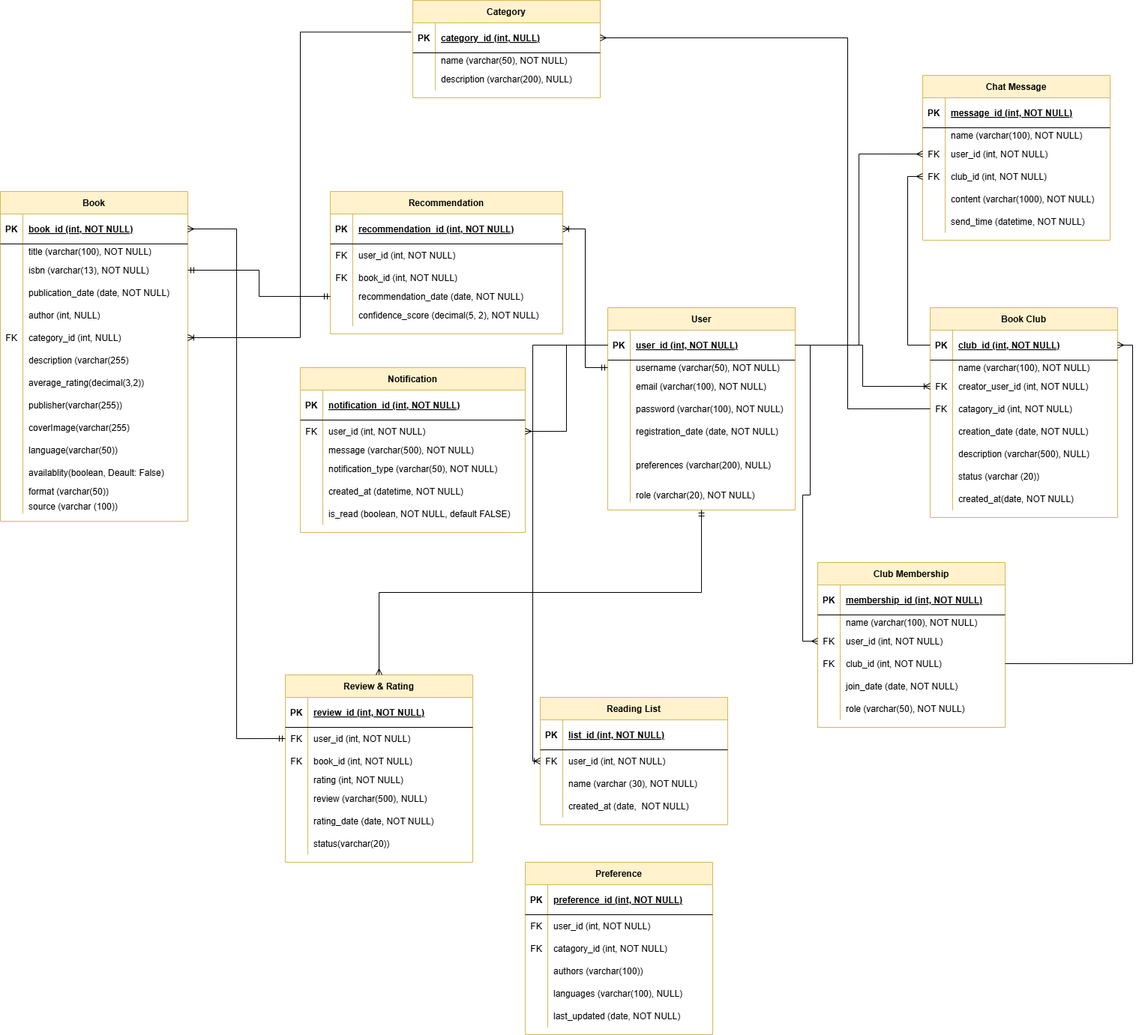
This is New folder/Untitled Diagram.drawio.png from Kkgenkai/Draw.io, a draw.io export, as it was before one commit. Source tidied: cells renumbered, new cells last; positions are measured from the earlier drawing's top-left corner, leaving out a move shared by most shapes.
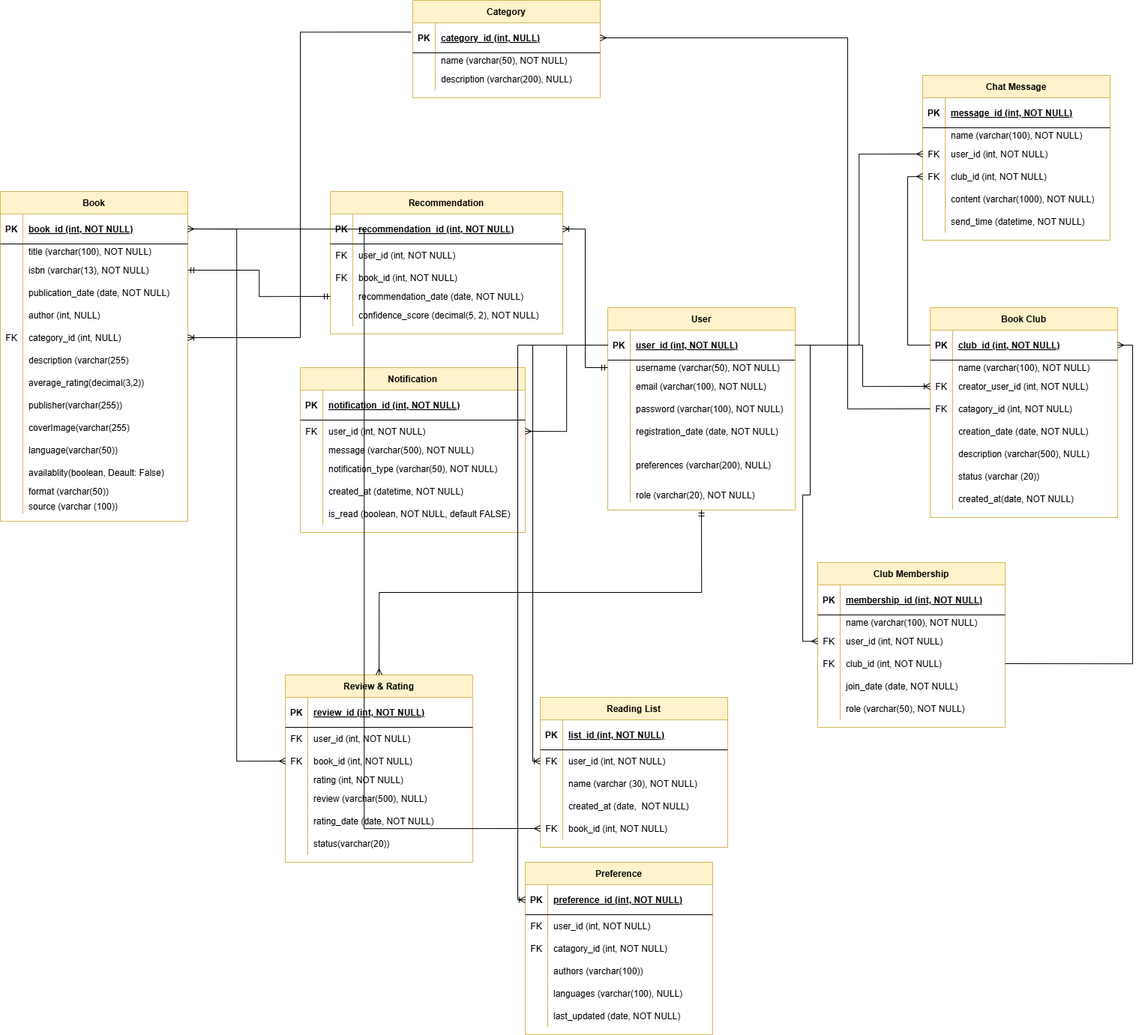
The same diagram one commit later.

What changed in the source:
```diff
@@ -344,7 +344,7 @@
     <mxCell id="115" style="fontSize=12;html=1;endArrow=ERmany;startArrow=ERmandOne;rounded=0;exitX=0.5;exitY=1;exitDx=0;exitDy=0;entryX=0.5;entryY=0;entryDx=0;entryDy=0;endFill=0;edgeStyle=orthogonalEdgeStyle;" parent="1" edge="1" source="2" target="77">
       <mxGeometry relative="1" as="geometry" />
     </mxCell>
-    <mxCell id="116" style="edgeStyle=orthogonalEdgeStyle;fontSize=12;html=1;endArrow=ERmany;startArrow=ERmandOne;rounded=0;entryX=1;entryY=0.5;entryDx=0;entryDy=0;exitX=0;exitY=0.5;exitDx=0;exitDy=0;endFill=0;" parent="1" edge="1" source="81" target="25">
+    <mxCell id="116" style="edgeStyle=orthogonalEdgeStyle;fontSize=12;html=1;endArrow=none;startArrow=ERmany;rounded=0;entryX=1;entryY=0.5;entryDx=0;entryDy=0;exitX=0;exitY=0.5;exitDx=0;exitDy=0;endFill=0;startFill=0;" parent="1" edge="1" source="84" target="25">
       <mxGeometry relative="1" as="geometry" />
     </mxCell>
     <mxCell id="117" style="edgeStyle=orthogonalEdgeStyle;fontSize=12;html=1;endArrow=ERoneToMany;startArrow=ERmandOne;rounded=0;entryX=1;entryY=0.5;entryDx=0;entryDy=0;exitX=0;exitY=0.5;exitDx=0;exitDy=0;" parent="1" edge="1" source="6" target="100">
@@ -629,7 +629,7 @@
       <mxGeometry relative="1" as="geometry" />
     </mxCell>
     <mxCell id="209" value="Reading List" style="shape=table;startSize=30;rowLines=0;fontStyle=1;align=center;fillColor=#fff2cc;strokeColor=#d6b656;" parent="1" vertex="1">
-      <mxGeometry x="720" y="930" width="250" height="170" as="geometry" />
+      <mxGeometry x="720" y="930" width="250" height="200" as="geometry" />
     </mxCell>
     <mxCell id="210" style="shape=partialRectangle;fillColor=none;top=0;left=0;right=0;bottom=1;" parent="209" vertex="1">
       <mxGeometry y="30" width="250" height="40" as="geometry" />
@@ -667,6 +667,15 @@
     <mxCell id="221" value="created_at (date,  NOT NULL)" style="shape=partialRectangle;overflow=hidden;fillColor=none;top=0;left=0;bottom=0;right=0;align=left;spacingLeft=6;" parent="219" vertex="1">
       <mxGeometry x="30" width="220" height="30" as="geometry" />
     </mxCell>
+    <mxCell id="242" style="shape=partialRectangle;fillColor=none;points=[[0,0.5],[1,0.5]];portConstraint=eastwest;top=0;left=0;right=0;bottom=0;" parent="209" vertex="1">
+      <mxGeometry y="160" width="250" height="30" as="geometry" />
+    </mxCell>
+    <mxCell id="243" value="FK" style="shape=partialRectangle;overflow=hidden;fillColor=none;top=0;left=0;bottom=0;right=0;" parent="242" vertex="1">
+      <mxGeometry width="30" height="30" as="geometry" />
+    </mxCell>
+    <mxCell id="244" value="book_id (int, NOT NULL)" style="shape=partialRectangle;overflow=hidden;fillColor=none;top=0;left=0;bottom=0;right=0;align=left;spacingLeft=6;" parent="242" vertex="1">
+      <mxGeometry x="30" width="220" height="30" as="geometry" />
+    </mxCell>
     <mxCell id="222" value="Preference" style="shape=table;startSize=30;rowLines=0;fontStyle=1;align=center;fillColor=#fff2cc;strokeColor=#d6b656;" parent="1" vertex="1">
       <mxGeometry x="700" y="1150" width="250" height="230" as="geometry" />
     </mxCell>
@@ -727,5 +736,11 @@
     <mxCell id="241" style="edgeStyle=orthogonalEdgeStyle;fontSize=12;html=1;endArrow=ERoneToMany;rounded=0;exitX=0;exitY=0.5;exitDx=0;exitDy=0;entryX=0;entryY=0.5;entryDx=0;entryDy=0;" parent="1" edge="1" source="3" target="213">
       <mxGeometry relative="1" as="geometry" />
     </mxCell>
+    <mxCell id="245" style="edgeStyle=orthogonalEdgeStyle;fontSize=12;html=1;endArrow=ERoneToMany;rounded=0;exitX=0;exitY=0.5;exitDx=0;exitDy=0;entryX=0;entryY=0.5;entryDx=0;entryDy=0;" parent="1" edge="1" source="3" target="223">
+      <mxGeometry relative="1" as="geometry" />
+    </mxCell>
+    <mxCell id="246" style="edgeStyle=orthogonalEdgeStyle;fontSize=12;html=1;endArrow=ERmany;rounded=0;exitX=1;exitY=0.5;exitDx=0;exitDy=0;entryX=0;entryY=0.5;entryDx=0;entryDy=0;startArrow=ERmany;startFill=0;" parent="1" edge="1" source="25" target="242">
+      <mxGeometry relative="1" as="geometry" />
+    </mxCell>
   </root>
 </mxGraphModel>
```
